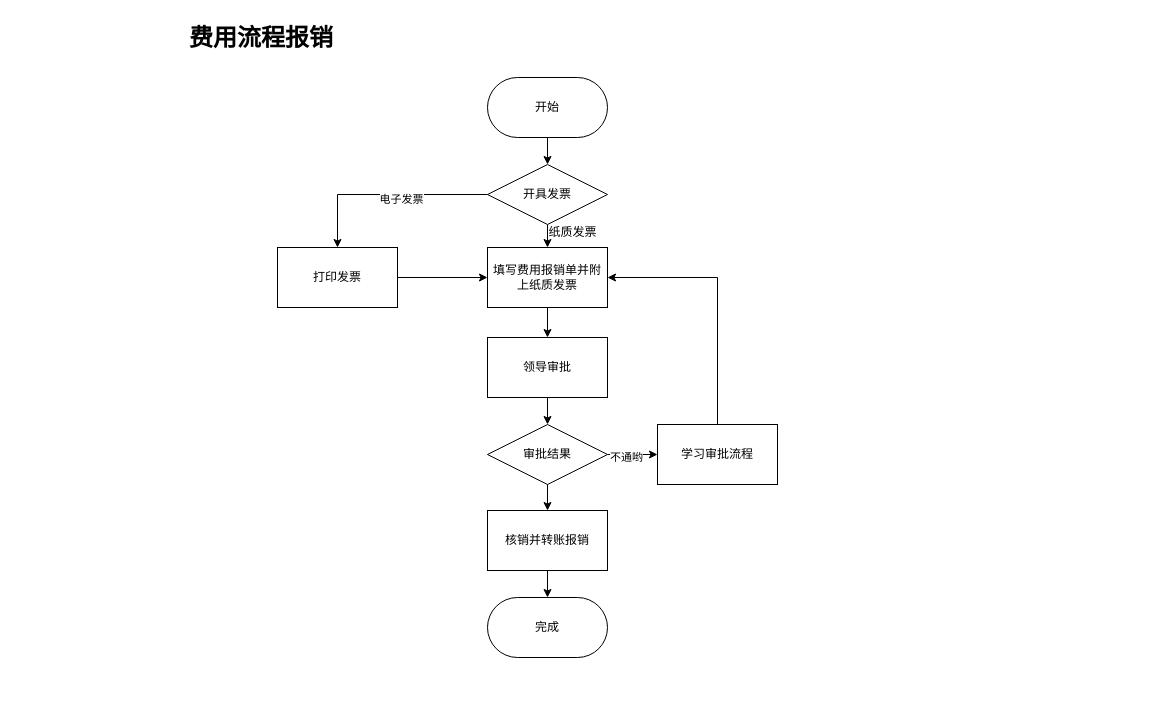
Before: 报销审批流程.drawio in sujoy668/draw, a draw.io diagram. Source tidied: cells renumbered, new cells numbered last; positions are measured from the earlier drawing's top-left corner, leaving out a move shared by most shapes. Both pictures are drawn from the tidied source at 100%, with x=0, y=0 at pixel (187, 17).
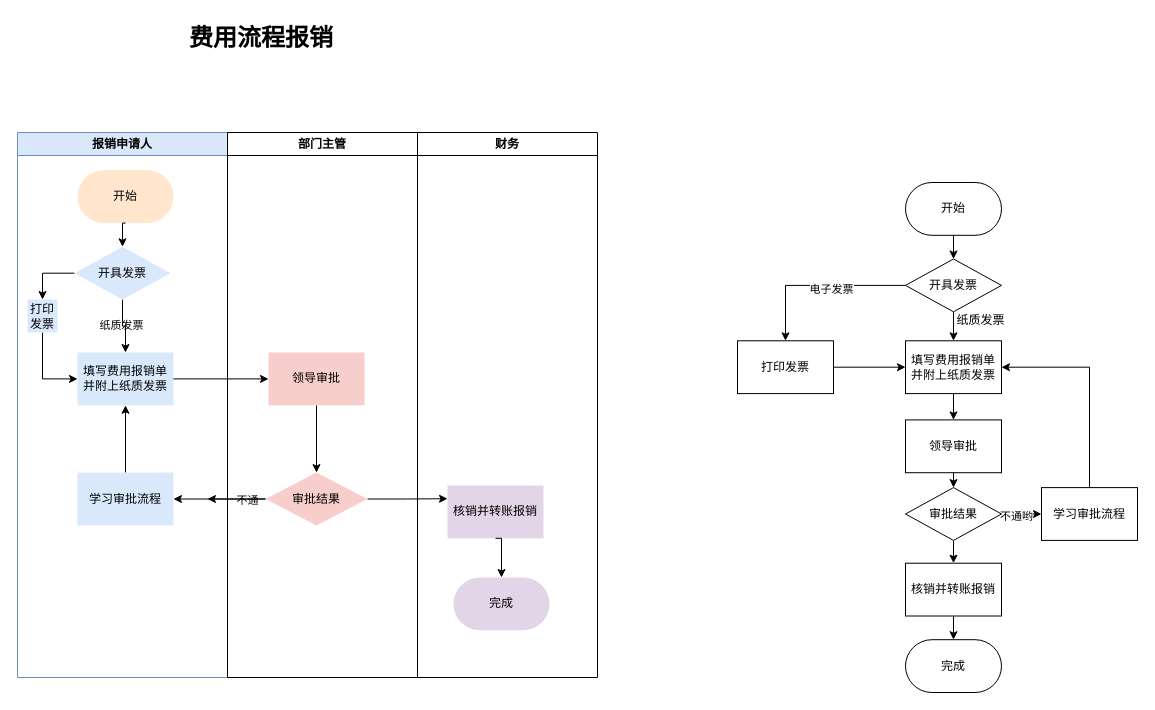
Above is the later version.

Commit message:
更新报销审批流程.drawio

The edit, as a diff of the source:
```diff
@@
+    <mxCell id="25" style="group;" parent="1" vertex="1">
+      <mxGeometry x="550" y="165" width="400" height="510" as="geometry" />
+    </mxCell>
-    <mxCell id="3" style="edgeStyle=orthogonalEdgeStyle;rounded=0;jettySize=auto;html=1;exitX=0.5;exitY=1;exitDx=0;exitDy=0;entryX=0.5;entryY=0;entryDx=0;entryDy=0;" parent="1" edge="1" source="4" target="8">
+    <mxCell id="3" style="edgeStyle=orthogonalEdgeStyle;rounded=0;jettySize=auto;html=1;exitX=0.5;exitY=1;exitDx=0;exitDy=0;entryX=0.5;entryY=0;entryDx=0;entryDy=0;" parent="25" edge="1" source="4" target="8">
       <mxGeometry relative="1" as="geometry" />
     </mxCell>
-    <mxCell id="4" value="开始" style="rounded=1;whiteSpace=wrap;html=1;arcSize=50;" parent="1" vertex="1">
-      <mxGeometry x="300" y="60" width="120" height="60" as="geometry" />
+    <mxCell id="4" value="开始" style="rounded=1;whiteSpace=wrap;html=1;arcSize=50;" parent="25" vertex="1">
+      <mxGeometry x="168" width="96" height="52.8" as="geometry" />
     </mxCell>
-    <mxCell id="5" style="edgeStyle=orthogonalEdgeStyle;rounded=0;jettySize=auto;html=1;exitX=0.5;exitY=1;exitDx=0;exitDy=0;entryX=0.5;entryY=0;entryDx=0;entryDy=0;" parent="1" edge="1" source="8" target="10">
+    <mxCell id="5" style="edgeStyle=orthogonalEdgeStyle;rounded=0;jettySize=auto;html=1;exitX=0.5;exitY=1;exitDx=0;exitDy=0;entryX=0.5;entryY=0;entryDx=0;entryDy=0;" parent="25" edge="1" source="8" target="10">
       <mxGeometry relative="1" as="geometry" />
     </mxCell>
-    <mxCell id="6" style="edgeStyle=orthogonalEdgeStyle;rounded=0;jettySize=auto;html=1;" parent="1" edge="1" source="8" target="21">
+    <mxCell id="6" style="edgeStyle=orthogonalEdgeStyle;rounded=0;jettySize=auto;html=1;" parent="25" edge="1" source="8" target="21">
       <mxGeometry relative="1" as="geometry" />
     </mxCell>
@@
-    <mxCell id="8" value="开具发票" style="rounded=0;whiteSpace=wrap;html=1;shape=rhombus;perimeter=rhombusPerimeter;" parent="1" vertex="1">
-      <mxGeometry x="300" y="147" width="120" height="60" as="geometry" />
+    <mxCell id="8" value="开具发票" style="rounded=0;whiteSpace=wrap;html=1;shape=rhombus;perimeter=rhombusPerimeter;" parent="25" vertex="1">
+      <mxGeometry x="168" y="76.5" width="96" height="52.8" as="geometry" />
     </mxCell>
-    <mxCell id="9" style="edgeStyle=orthogonalEdgeStyle;rounded=0;jettySize=auto;html=1;exitX=0.5;exitY=1;exitDx=0;exitDy=0;" parent="1" edge="1" source="10" target="12">
+    <mxCell id="9" style="edgeStyle=orthogonalEdgeStyle;rounded=0;jettySize=auto;html=1;exitX=0.5;exitY=1;exitDx=0;exitDy=0;" parent="25" edge="1" source="10" target="12">
       <mxGeometry relative="1" as="geometry" />
     </mxCell>
-    <mxCell id="10" value="填写费用报销单并附上纸质发票" style="rounded=0;whiteSpace=wrap;html=1;" parent="1" vertex="1">
-      <mxGeometry x="300" y="230" width="120" height="60" as="geometry" />
+    <mxCell id="10" value="填写费用报销单并附上纸质发票" style="rounded=0;whiteSpace=wrap;html=1;" parent="25" vertex="1">
+      <mxGeometry x="168" y="158.3" width="96" height="52.8" as="geometry" />
     </mxCell>
-    <mxCell id="11" style="edgeStyle=orthogonalEdgeStyle;rounded=0;jettySize=auto;html=1;exitX=0.5;exitY=1;exitDx=0;exitDy=0;entryX=0.5;entryY=0;entryDx=0;entryDy=0;" parent="1" edge="1" source="12" target="16">
+    <mxCell id="11" style="edgeStyle=orthogonalEdgeStyle;rounded=0;jettySize=auto;html=1;exitX=0.5;exitY=1;exitDx=0;exitDy=0;entryX=0.5;entryY=0;entryDx=0;entryDy=0;" parent="25" edge="1" source="12" target="16">
       <mxGeometry relative="1" as="geometry" />
     </mxCell>
-    <mxCell id="12" value="领导审批" style="rounded=0;whiteSpace=wrap;html=1;" parent="1" vertex="1">
-      <mxGeometry x="300" y="320" width="120" height="60" as="geometry" />
+    <mxCell id="12" value="领导审批" style="rounded=0;whiteSpace=wrap;html=1;" parent="25" vertex="1">
+      <mxGeometry x="168" y="237.4" width="96" height="52.8" as="geometry" />
     </mxCell>
-    <mxCell id="13" style="edgeStyle=orthogonalEdgeStyle;rounded=0;jettySize=auto;html=1;exitX=0.5;exitY=1;exitDx=0;exitDy=0;entryX=0.5;entryY=0;entryDx=0;entryDy=0;" parent="1" edge="1" source="16" target="18">
+    <mxCell id="13" style="edgeStyle=orthogonalEdgeStyle;rounded=0;jettySize=auto;html=1;exitX=0.5;exitY=1;exitDx=0;exitDy=0;entryX=0.5;entryY=0;entryDx=0;entryDy=0;" parent="25" edge="1" source="16" target="18">
       <mxGeometry relative="1" as="geometry" />
     </mxCell>
-    <mxCell id="14" style="edgeStyle=orthogonalEdgeStyle;rounded=0;jettySize=auto;html=1;" parent="1" edge="1" source="16" target="24">
+    <mxCell id="14" style="edgeStyle=orthogonalEdgeStyle;rounded=0;jettySize=auto;html=1;" parent="25" edge="1" source="16" target="24">
       <mxGeometry relative="1" as="geometry" />
     </mxCell>
@@
-    <mxCell id="16" value="审批结果" style="rounded=0;whiteSpace=wrap;html=1;shape=rhombus;perimeter=rhombusPerimeter;" parent="1" vertex="1">
-      <mxGeometry x="300" y="407" width="120" height="60" as="geometry" />
+    <mxCell id="16" value="审批结果" style="rounded=0;whiteSpace=wrap;html=1;shape=rhombus;perimeter=rhombusPerimeter;" parent="25" vertex="1">
+      <mxGeometry x="168" y="305.1" width="96" height="52.8" as="geometry" />
     </mxCell>
-    <mxCell id="17" style="edgeStyle=orthogonalEdgeStyle;rounded=0;jettySize=auto;html=1;exitX=0.5;exitY=1;exitDx=0;exitDy=0;entryX=0.5;entryY=0;entryDx=0;entryDy=0;" parent="1" edge="1" source="18" target="19">
+    <mxCell id="17" style="edgeStyle=orthogonalEdgeStyle;rounded=0;jettySize=auto;html=1;exitX=0.5;exitY=1;exitDx=0;exitDy=0;entryX=0.5;entryY=0;entryDx=0;entryDy=0;" parent="25" edge="1" source="18" target="19">
       <mxGeometry relative="1" as="geometry" />
     </mxCell>
-    <mxCell id="18" value="核销并转账报销" style="rounded=0;whiteSpace=wrap;html=1;" parent="1" vertex="1">
-      <mxGeometry x="300" y="493" width="120" height="60" as="geometry" />
+    <mxCell id="18" value="核销并转账报销" style="rounded=0;whiteSpace=wrap;html=1;" parent="25" vertex="1">
+      <mxGeometry x="168" y="380.7" width="96" height="52.8" as="geometry" />
     </mxCell>
-    <mxCell id="19" value="完成" style="rounded=1;whiteSpace=wrap;html=1;arcSize=50;" parent="1" vertex="1">
-      <mxGeometry x="300" y="580" width="120" height="60" as="geometry" />
+    <mxCell id="19" value="完成" style="rounded=1;whiteSpace=wrap;html=1;arcSize=50;" parent="25" vertex="1">
+      <mxGeometry x="168" y="457.2" width="96" height="52.8" as="geometry" />
     </mxCell>
-    <mxCell id="20" style="edgeStyle=orthogonalEdgeStyle;rounded=0;jettySize=auto;html=1;entryX=0;entryY=0.5;entryDx=0;entryDy=0;" parent="1" edge="1" source="21" target="10">
+    <mxCell id="20" style="edgeStyle=orthogonalEdgeStyle;rounded=0;jettySize=auto;html=1;entryX=0;entryY=0.5;entryDx=0;entryDy=0;" parent="25" edge="1" source="21" target="10">
       <mxGeometry relative="1" as="geometry" />
     </mxCell>
-    <mxCell id="21" value="打印发票" style="whiteSpace=wrap;html=1;rounded=0;" parent="1" vertex="1">
-      <mxGeometry x="90" y="230" width="120" height="60" as="geometry" />
+    <mxCell id="21" value="打印发票" style="whiteSpace=wrap;html=1;rounded=0;" parent="25" vertex="1">
+      <mxGeometry y="158.3" width="96" height="52.8" as="geometry" />
     </mxCell>
-    <mxCell id="22" value="纸质发票" style="text;html=1;align=center;verticalAlign=middle;strokeColor=none;fillColor=none;" parent="1" vertex="1">
-      <mxGeometry x="350" y="200" width="70" height="30" as="geometry" />
+    <mxCell id="22" value="纸质发票" style="text;html=1;align=center;verticalAlign=middle;strokeColor=none;fillColor=none;" parent="25" vertex="1">
+      <mxGeometry x="208" y="123.1" width="70" height="30" as="geometry" />
     </mxCell>
-    <mxCell id="23" style="edgeStyle=orthogonalEdgeStyle;rounded=0;jettySize=auto;html=1;exitX=0.5;exitY=0;exitDx=0;exitDy=0;entryX=1;entryY=0.5;entryDx=0;entryDy=0;" parent="1" edge="1" source="24" target="10">
+    <mxCell id="23" style="edgeStyle=orthogonalEdgeStyle;rounded=0;jettySize=auto;html=1;exitX=0.5;exitY=0;exitDx=0;exitDy=0;entryX=1;entryY=0.5;entryDx=0;entryDy=0;" parent="25" edge="1" source="24" target="10">
       <mxGeometry relative="1" as="geometry" />
     </mxCell>
-    <mxCell id="24" value="学习审批流程" style="whiteSpace=wrap;html=1;rounded=0;" parent="1" vertex="1">
-      <mxGeometry x="470" y="407" width="120" height="60" as="geometry" />
+    <mxCell id="24" value="学习审批流程" style="whiteSpace=wrap;html=1;rounded=0;" parent="25" vertex="1">
+      <mxGeometry x="304" y="305.1" width="96" height="52.8" as="geometry" />
     </mxCell>
+    <mxCell id="26" value="报销申请人" style="swimlane;fillColor=#dae8fc;strokeColor=#6c8ebf;textShadow=0;labelBackgroundColor=none;labelBorderColor=none;whiteSpace=wrap;align=center;" parent="1" vertex="1">
+      <mxGeometry x="-170" y="115" width="210" height="545" as="geometry" />
+    </mxCell>
+    <mxCell id="27" value="开始" style="rounded=1;arcSize=50;fillColor=#ffe6cc;strokeColor=none;textShadow=0;labelBackgroundColor=none;labelBorderColor=none;whiteSpace=wrap;align=center;dashed=1;" parent="26" vertex="1">
+      <mxGeometry x="60" y="37.8" width="96" height="52.8" as="geometry" />
+    </mxCell>
+    <mxCell id="28" style="edgeStyle=orthogonalEdgeStyle;rounded=0;jettySize=auto;exitX=0;exitY=0.5;exitDx=0;exitDy=0;entryX=0.5;entryY=0;entryDx=0;entryDy=0;textShadow=0;labelBackgroundColor=none;labelBorderColor=none;align=center;" parent="26" edge="1" source="29" target="37">
+      <mxGeometry relative="1" as="geometry" />
+    </mxCell>
+    <mxCell id="29" value="开具发票" style="rounded=0;shape=rhombus;perimeter=rhombusPerimeter;strokeColor=none;fillColor=#dae8fc;textShadow=0;labelBackgroundColor=none;labelBorderColor=none;whiteSpace=wrap;align=center;" parent="26" vertex="1">
+      <mxGeometry x="57" y="114.3" width="96" height="52.8" as="geometry" />
+    </mxCell>
+    <mxCell id="30" style="edgeStyle=orthogonalEdgeStyle;rounded=0;jettySize=auto;exitX=0.5;exitY=1;exitDx=0;exitDy=0;entryX=0.5;entryY=0;entryDx=0;entryDy=0;textShadow=0;labelBackgroundColor=none;labelBorderColor=none;align=center;" parent="26" edge="1" source="27" target="29">
+      <mxGeometry relative="1" as="geometry" />
+    </mxCell>
+    <mxCell id="31" value="填写费用报销单并附上纸质发票" style="rounded=0;strokeColor=none;fillColor=#dae8fc;textShadow=0;labelBackgroundColor=none;labelBorderColor=none;whiteSpace=wrap;align=center;" parent="26" vertex="1">
+      <mxGeometry x="60" y="220" width="96" height="52.8" as="geometry" />
+    </mxCell>
+    <mxCell id="32" style="edgeStyle=orthogonalEdgeStyle;rounded=0;jettySize=auto;exitX=0.5;exitY=1;exitDx=0;exitDy=0;entryX=0.5;entryY=0;entryDx=0;entryDy=0;textShadow=0;labelBackgroundColor=none;labelBorderColor=none;align=center;" parent="26" edge="1" source="29" target="31">
+      <mxGeometry relative="1" as="geometry" />
+    </mxCell>
+    <mxCell id="33" value="纸质发票" style="edgeLabel;align=center;verticalAlign=middle;textShadow=0;labelBackgroundColor=none;labelBorderColor=none;" parent="32" vertex="1">
+      <mxGeometry x="-0.12" y="-1" relative="1" as="geometry" />
+    </mxCell>
+    <mxCell id="34" style="edgeStyle=orthogonalEdgeStyle;rounded=0;jettySize=auto;entryX=0.5;entryY=1;entryDx=0;entryDy=0;textShadow=0;labelBackgroundColor=none;labelBorderColor=none;align=center;" parent="26" edge="1" source="35" target="31">
+      <mxGeometry relative="1" as="geometry" />
+    </mxCell>
+    <mxCell id="35" value="学习审批流程" style="rounded=0;strokeColor=none;fillColor=#dae8fc;textShadow=0;labelBackgroundColor=none;labelBorderColor=none;whiteSpace=wrap;align=center;" parent="26" vertex="1">
+      <mxGeometry x="60" y="340.1" width="96" height="52.8" as="geometry" />
+    </mxCell>
+    <mxCell id="36" style="edgeStyle=orthogonalEdgeStyle;rounded=0;jettySize=auto;exitX=0.5;exitY=1;exitDx=0;exitDy=0;entryX=0;entryY=0.5;entryDx=0;entryDy=0;textShadow=0;labelBackgroundColor=none;labelBorderColor=none;align=center;" parent="26" edge="1" source="37" target="31">
+      <mxGeometry relative="1" as="geometry" />
+    </mxCell>
+    <mxCell id="37" value="打印发票" style="rounded=0;strokeColor=none;fillColor=#dae8fc;textShadow=0;labelBackgroundColor=none;labelBorderColor=none;whiteSpace=wrap;align=center;" parent="26" vertex="1">
+      <mxGeometry x="10" y="167" width="30" height="33" as="geometry" />
+    </mxCell>
+    <mxCell id="38" value="财务" style="swimlane;textShadow=0;labelBackgroundColor=none;labelBorderColor=none;whiteSpace=wrap;align=center;" parent="1" vertex="1">
+      <mxGeometry x="230" y="115" width="180" height="545" as="geometry" />
+    </mxCell>
+    <mxCell id="39" value="核销并转账报销" style="rounded=0;fillColor=#e1d5e7;strokeColor=none;textShadow=0;labelBackgroundColor=none;labelBorderColor=none;whiteSpace=wrap;align=center;" parent="38" vertex="1">
+      <mxGeometry x="30" y="353" width="96" height="52.8" as="geometry" />
+    </mxCell>
+    <mxCell id="40" value="完成" style="rounded=1;arcSize=50;fillColor=#e1d5e7;strokeColor=none;textShadow=0;labelBackgroundColor=none;labelBorderColor=none;whiteSpace=wrap;align=center;" parent="38" vertex="1">
+      <mxGeometry x="36" y="445" width="96" height="52.8" as="geometry" />
+    </mxCell>
+    <mxCell id="41" style="edgeStyle=orthogonalEdgeStyle;rounded=0;jettySize=auto;exitX=0.5;exitY=1;exitDx=0;exitDy=0;entryX=0.5;entryY=0;entryDx=0;entryDy=0;textShadow=0;labelBackgroundColor=none;labelBorderColor=none;align=center;" parent="38" edge="1" source="39" target="40">
+      <mxGeometry relative="1" as="geometry" />
+    </mxCell>
+    <mxCell id="42" style="edgeStyle=orthogonalEdgeStyle;rounded=0;jettySize=auto;entryX=0;entryY=0.25;entryDx=0;entryDy=0;textShadow=0;labelBackgroundColor=none;labelBorderColor=none;align=center;" parent="1" edge="1" source="47" target="39">
+      <mxGeometry relative="1" as="geometry" />
+    </mxCell>
+    <mxCell id="43" value="部门主管" style="swimlane;textShadow=0;labelBackgroundColor=none;labelBorderColor=none;whiteSpace=wrap;align=center;" parent="1" vertex="1">
+      <mxGeometry x="40" y="115" width="190" height="545" as="geometry" />
+    </mxCell>
+    <mxCell id="44" style="edgeStyle=orthogonalEdgeStyle;rounded=0;jettySize=auto;exitX=0.5;exitY=1;exitDx=0;exitDy=0;entryX=0.5;entryY=0;entryDx=0;entryDy=0;textShadow=0;labelBackgroundColor=none;labelBorderColor=none;align=center;" parent="43" edge="1" source="45" target="47">
+      <mxGeometry relative="1" as="geometry" />
+    </mxCell>
+    <mxCell id="45" value="领导审批" style="rounded=0;fillColor=#f8cecc;strokeColor=none;textShadow=0;labelBackgroundColor=none;labelBorderColor=none;whiteSpace=wrap;align=center;" parent="43" vertex="1">
+      <mxGeometry x="41" y="220" width="96" height="52.8" as="geometry" />
+    </mxCell>
+    <mxCell id="46" style="edgeStyle=orthogonalEdgeStyle;rounded=0;jettySize=auto;html=1;" parent="43" edge="1" source="47">
+      <mxGeometry relative="1" as="geometry">
+        <mxPoint x="-20" y="366.5" as="targetPoint" />
+      </mxGeometry>
+    </mxCell>
+    <mxCell id="47" value="审批结果" style="rounded=0;shape=rhombus;perimeter=rhombusPerimeter;fillColor=#f8cecc;strokeColor=none;textShadow=0;labelBackgroundColor=none;labelBorderColor=none;whiteSpace=wrap;align=center;" parent="43" vertex="1">
+      <mxGeometry x="38" y="340.1" width="102" height="52.8" as="geometry" />
+    </mxCell>
+    <mxCell id="48" style="edgeStyle=orthogonalEdgeStyle;rounded=0;jettySize=auto;textShadow=0;labelBackgroundColor=none;labelBorderColor=none;align=center;" parent="1" edge="1" source="47" target="35">
+      <mxGeometry relative="1" as="geometry" />
+    </mxCell>
+    <mxCell id="49" value="不通" style="edgeLabel;align=center;verticalAlign=middle;textShadow=0;labelBackgroundColor=none;labelBorderColor=none;" parent="48" vertex="1">
+      <mxGeometry x="-0.3" y="-1" relative="1" as="geometry">
+        <mxPoint x="14" y="1" as="offset" />
+      </mxGeometry>
+    </mxCell>
+    <mxCell id="50" style="edgeStyle=orthogonalEdgeStyle;rounded=0;jettySize=auto;html=1;exitX=1;exitY=0.5;exitDx=0;exitDy=0;" parent="1" edge="1" source="31" target="45">
+      <mxGeometry relative="1" as="geometry" />
+    </mxCell>
```
